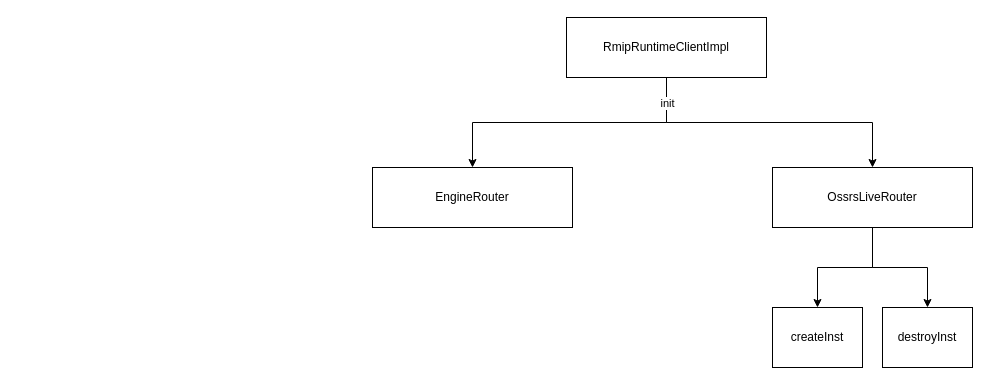
Above: graphs/streaming_engine_framework.drawio in zhongchun/daily (draw.io), before the change. Source tidied: cells renumbered, new cells numbered last; positions are measured from the earlier drawing's top-left corner, leaving out a move shared by most shapes. Both pictures are drawn from the tidied source at 100%, with x=0, y=0 at pixel (372, 17).
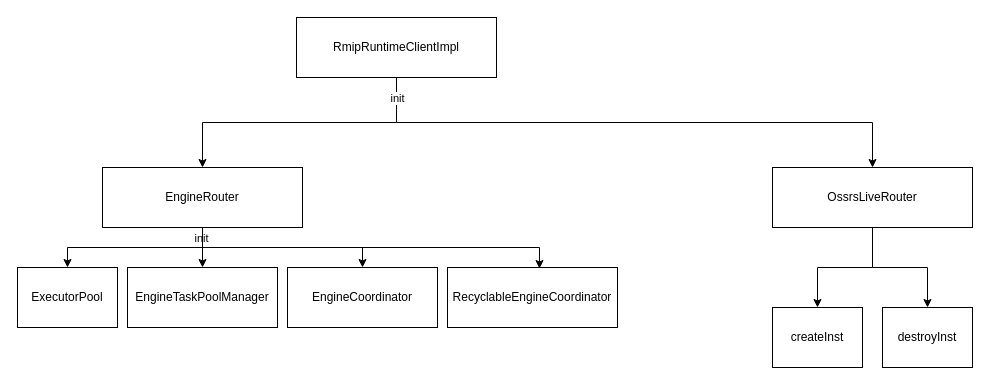
The same page after the edit.

The change refers to these unchanged cells:
```xml
<mxCell id="7" style="edgeStyle=orthogonalEdgeStyle;rounded=0;jettySize=auto;html=1;entryX=0.5;entryY=0;entryDx=0;entryDy=0;exitX=0.5;exitY=1;exitDx=0;exitDy=0;" parent="1" edge="1" source="3" target="6">
  <mxGeometry relative="1" as="geometry" />
</mxCell>
```

What changed in the source:
```diff
@@
     <mxCell id="3" value="RmipRuntimeClientImpl" style="rounded=0;whiteSpace=wrap;html=1;" parent="1" vertex="1">
-      <mxGeometry x="194" width="200" height="60" as="geometry" />
+      <mxGeometry x="-76" width="200" height="60" as="geometry" />
     </mxCell>
+    <mxCell id="12" style="edgeStyle=orthogonalEdgeStyle;rounded=0;jettySize=auto;html=1;" parent="1" edge="1" source="4" target="14">
+      <mxGeometry relative="1" as="geometry" />
+    </mxCell>
+    <mxCell id="13" value="init" style="edgeLabel;html=1;align=center;verticalAlign=middle;" parent="12" vertex="1">
+      <mxGeometry x="-0.25" y="-3" relative="1" as="geometry">
+        <mxPoint x="-57" y="-13" as="offset" />
+      </mxGeometry>
+    </mxCell>
     <mxCell id="4" value="EngineRouter" style="rounded=0;whiteSpace=wrap;html=1;" parent="1" vertex="1">
-      <mxGeometry y="150" width="200" height="60" as="geometry" />
+      <mxGeometry x="-270" y="150" width="200" height="60" as="geometry" />
     </mxCell>
@@
     <mxCell id="8" value="init" style="edgeLabel;html=1;align=center;verticalAlign=middle;" parent="7" vertex="1">
       <mxGeometry x="-0.81" y="1" relative="1" as="geometry">
-        <mxPoint x="-1" y="-3" as="offset" />
+        <mxPoint x="-9" y="-24" as="offset" />
       </mxGeometry>
     </mxCell>
@@
+    <mxCell id="14" value="EngineCoordinator" style="rounded=0;whiteSpace=wrap;html=1;" parent="1" vertex="1">
+      <mxGeometry x="-85" y="250" width="150" height="60" as="geometry" />
+    </mxCell>
+    <mxCell id="15" value="RecyclableEngineCoordinator" style="rounded=0;whiteSpace=wrap;html=1;" parent="1" vertex="1">
+      <mxGeometry x="75" y="250" width="170" height="60" as="geometry" />
+    </mxCell>
+    <mxCell id="16" style="edgeStyle=orthogonalEdgeStyle;rounded=0;jettySize=auto;html=1;entryX=0.541;entryY=0.017;entryDx=0;entryDy=0;entryPerimeter=0;exitX=0.5;exitY=1;exitDx=0;exitDy=0;" parent="1" edge="1" source="4" target="15">
+      <mxGeometry relative="1" as="geometry" />
+    </mxCell>
+    <mxCell id="17" value="EngineTaskPoolManager" style="rounded=0;whiteSpace=wrap;html=1;" parent="1" vertex="1">
+      <mxGeometry x="-245" y="250" width="150" height="60" as="geometry" />
+    </mxCell>
+    <mxCell id="18" value="ExecutorPool" style="rounded=0;whiteSpace=wrap;html=1;" parent="1" vertex="1">
+      <mxGeometry x="-355" y="250" width="100" height="60" as="geometry" />
+    </mxCell>
+    <mxCell id="19" style="rounded=0;jettySize=auto;html=1;entryX=0.5;entryY=0;entryDx=0;entryDy=0;" parent="1" edge="1" target="17">
+      <mxGeometry relative="1" as="geometry">
+        <mxPoint x="-170" y="210" as="sourcePoint" />
+      </mxGeometry>
+    </mxCell>
+    <mxCell id="20" style="edgeStyle=orthogonalEdgeStyle;rounded=0;jettySize=auto;html=1;exitX=0.5;exitY=1;exitDx=0;exitDy=0;" parent="1" edge="1" source="4" target="18">
+      <mxGeometry relative="1" as="geometry" />
+    </mxCell>
```
